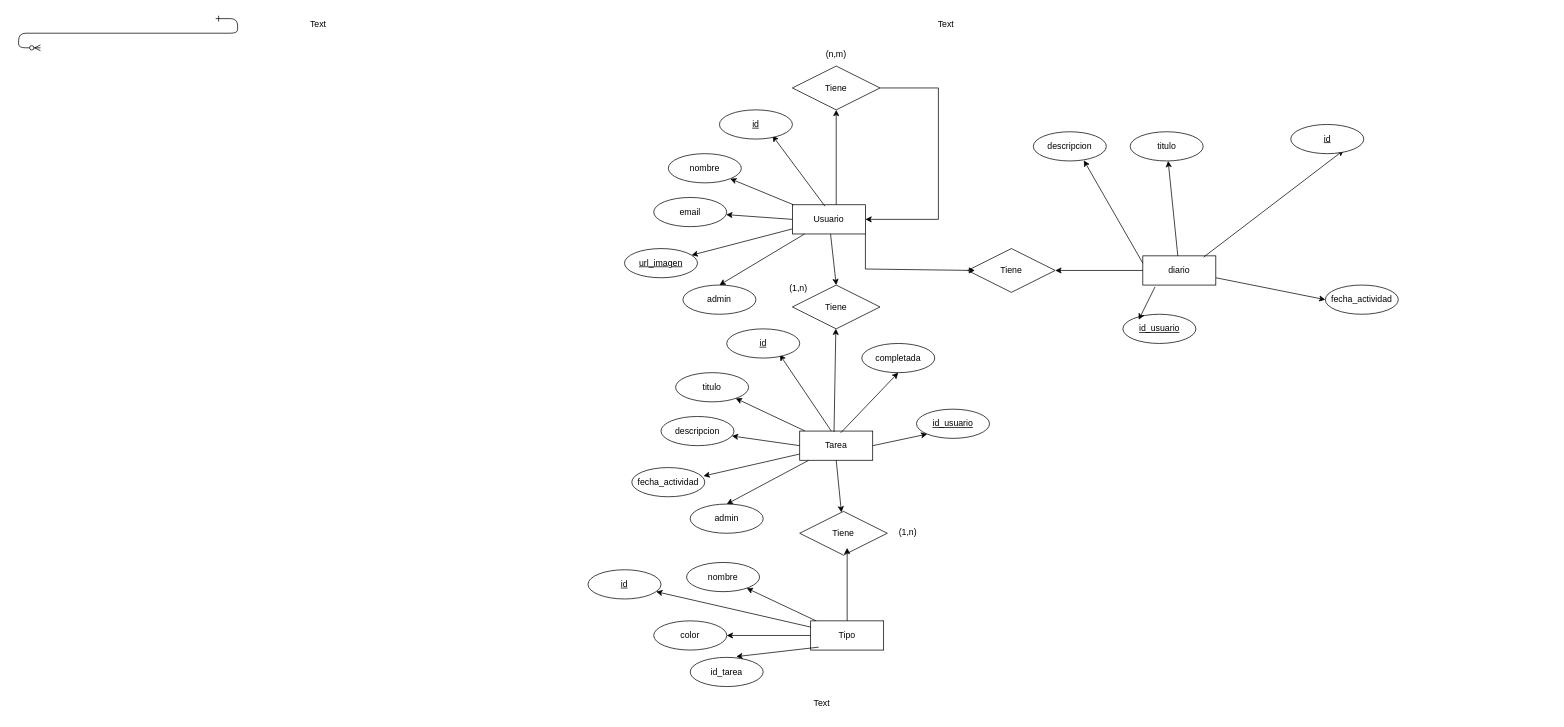
neiilmolina/Task-Craft-Proyecto-TFG-DAW keeps this draw.io diagram as Memoria/Base de Datos/Diagrama sin título.drawio. Above is the earlier version. Source tidied: cells renumbered, new cells numbered last; positions are measured from the earlier drawing's top-left corner, leaving out a move shared by most shapes. Both pictures are drawn from the tidied source at 73%, with x=0, y=0 at pixel (40, 13).
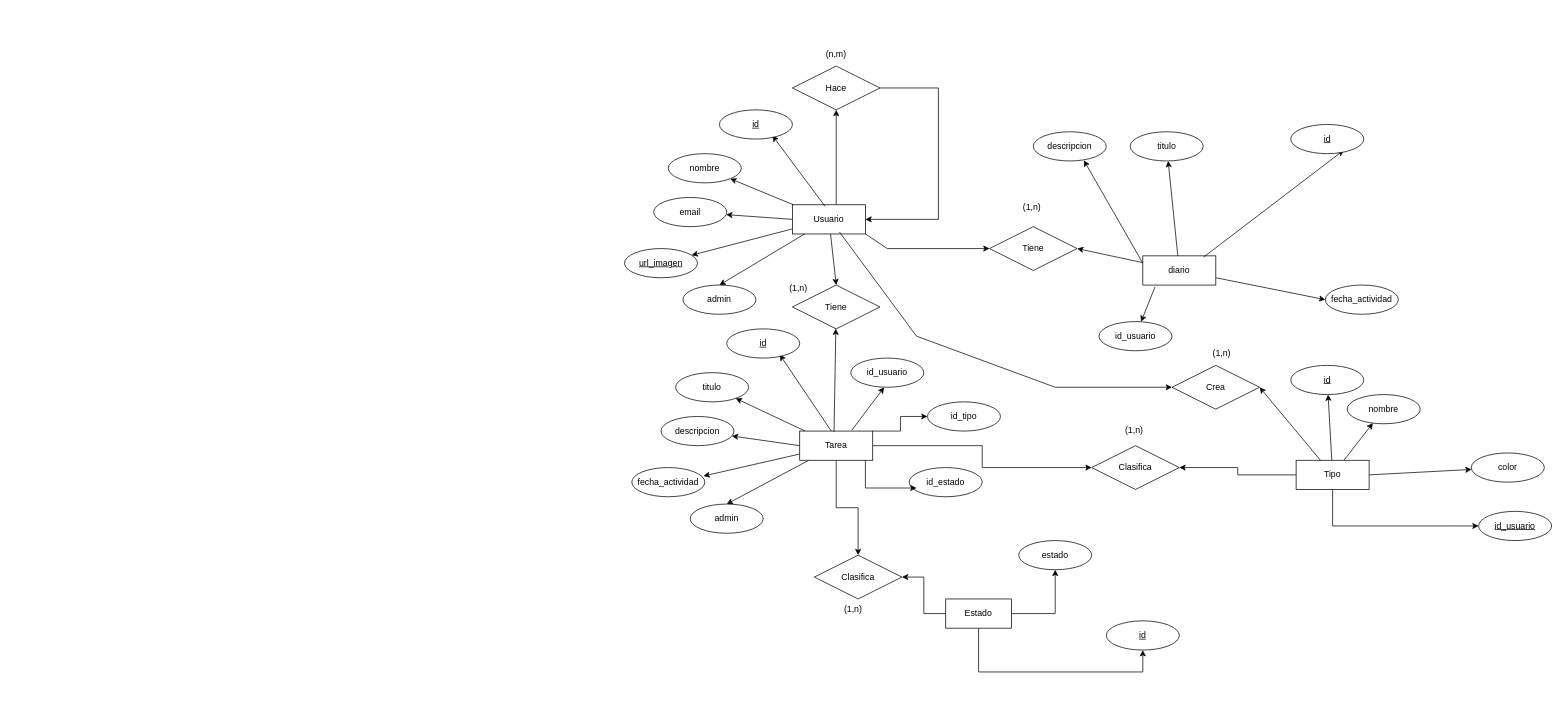
The same diagram, later.

Commit message:
Tabla Tipo y Estado añadidos.drawio

Unchanged cells that the change refers to:
```xml
<mxCell id="5" value="Usuario" style="whiteSpace=wrap;html=1;align=center;" parent="1" vertex="1">
  <mxGeometry x="1030" y="262" width="100" height="40" as="geometry" />
</mxCell>
<mxCell id="29" value="Tarea" style="whiteSpace=wrap;html=1;align=center;" parent="1" vertex="1">
  <mxGeometry x="1040" y="572" width="100" height="40" as="geometry" />
</mxCell>
<mxCell id="51" value="diario" style="whiteSpace=wrap;html=1;align=center;" parent="1" vertex="1">
  <mxGeometry x="1510" y="332" width="100" height="40" as="geometry" />
</mxCell>
```

Diff of the diagram source:
```diff
@@
-    <mxCell id="2" style="edgeStyle=entityRelationEdgeStyle;endArrow=ERzeroToMany;startArrow=ERone;endFill=1;startFill=0;" parent="1" edge="1">
-      <mxGeometry relative="1" as="geometry">
-        <mxPoint x="240" y="7" as="sourcePoint" />
-        <mxPoint y="47" as="targetPoint" />
-      </mxGeometry>
-    </mxCell>
-    <mxCell id="3" value="Text" style="text;html=1;align=center;verticalAlign=middle;strokeColor=none;fillColor=none;" parent="1" vertex="1">
-      <mxGeometry x="355" width="50" height="30" as="geometry" />
-    </mxCell>
-    <mxCell id="4" value="Text" style="text;html=1;align=center;verticalAlign=middle;strokeColor=none;fillColor=none;" parent="1" vertex="1">
-      <mxGeometry x="1215" width="50" height="30" as="geometry" />
-    </mxCell>
@@
-    <mxCell id="16" value="Tiene" style="shape=rhombus;perimeter=rhombusPerimeter;whiteSpace=wrap;html=1;align=center;" parent="1" vertex="1">
+    <mxCell id="16" value="Hace" style="shape=rhombus;perimeter=rhombusPerimeter;whiteSpace=wrap;html=1;align=center;" parent="1" vertex="1">
       <mxGeometry x="1030" y="72" width="120" height="60" as="geometry" />
     </mxCell>
@@
+    <mxCell id="67" style="edgeStyle=orthogonalEdgeStyle;rounded=0;jettySize=auto;html=1;exitX=1;exitY=0.5;exitDx=0;exitDy=0;" parent="1" edge="1" source="29" target="72">
+      <mxGeometry relative="1" as="geometry" />
+    </mxCell>
+    <mxCell id="68" style="edgeStyle=orthogonalEdgeStyle;rounded=0;jettySize=auto;html=1;" parent="1" edge="1" source="29" target="73">
+      <mxGeometry relative="1" as="geometry" />
+    </mxCell>
+    <mxCell id="69" style="edgeStyle=orthogonalEdgeStyle;rounded=0;jettySize=auto;html=1;" parent="1" edge="1" source="29" target="84">
+      <mxGeometry relative="1" as="geometry">
+        <Array as="points">
+          <mxPoint x="1178" y="572" />
+          <mxPoint x="1178" y="552" />
+        </Array>
+      </mxGeometry>
+    </mxCell>
@@
-    <mxCell id="31" value="completada" style="ellipse;whiteSpace=wrap;html=1;align=center;" parent="1" vertex="1">
-      <mxGeometry x="1125" y="452" width="100" height="40" as="geometry" />
+    <mxCell id="31" value="estado" style="ellipse;whiteSpace=wrap;html=1;align=center;" parent="1" vertex="1">
+      <mxGeometry x="1340" y="722" width="100" height="40" as="geometry" />
     </mxCell>
-    <mxCell id="32" style="endArrow=classic;html=1;rounded=0;entryX=0.5;entryY=1;entryDx=0;entryDy=0;exitX=0.562;exitY=0.06;exitDx=0;exitDy=0;exitPerimeter=0;" parent="1" edge="1" source="29" target="31">
-      <mxGeometry relative="1" as="geometry" />
-    </mxCell>
-    <mxCell id="33" value="Text" style="text;html=1;align=center;verticalAlign=middle;strokeColor=none;fillColor=none;" parent="1" vertex="1">
-      <mxGeometry x="1045" y="930" width="50" height="30" as="geometry" />
-    </mxCell>
@@
-    <mxCell id="37" value="Tiene" style="shape=rhombus;perimeter=rhombusPerimeter;whiteSpace=wrap;html=1;align=center;" parent="1" vertex="1">
-      <mxGeometry x="1040" y="682" width="120" height="60" as="geometry" />
+    <mxCell id="37" value="Crea" style="shape=rhombus;perimeter=rhombusPerimeter;whiteSpace=wrap;html=1;align=center;" parent="1" vertex="1">
+      <mxGeometry x="1550" y="482" width="120" height="60" as="geometry" />
     </mxCell>
@@
-    <mxCell id="39" style="endArrow=classic;html=1;rounded=0;exitX=0.5;exitY=1;exitDx=0;exitDy=0;" parent="1" edge="1" source="29" target="37">
-      <mxGeometry relative="1" as="geometry" />
+    <mxCell id="39" style="endArrow=classic;html=1;rounded=0;entryX=0;entryY=0.5;entryDx=0;entryDy=0;exitX=0.644;exitY=0.931;exitDx=0;exitDy=0;exitPerimeter=0;" parent="1" edge="1" source="5" target="37">
+      <mxGeometry relative="1" as="geometry">
+        <Array as="points">
+          <mxPoint x="1200" y="442" />
+          <mxPoint x="1390" y="512" />
+        </Array>
+      </mxGeometry>
     </mxCell>
+    <mxCell id="70" style="edgeStyle=orthogonalEdgeStyle;rounded=0;jettySize=auto;html=1;" parent="1" edge="1" source="40" target="72">
+      <mxGeometry relative="1" as="geometry" />
+    </mxCell>
+    <mxCell id="71" style="edgeStyle=orthogonalEdgeStyle;rounded=0;jettySize=auto;html=1;" parent="1" edge="1" source="40" target="80">
+      <mxGeometry relative="1" as="geometry">
+        <Array as="points">
+          <mxPoint x="1770" y="702" />
+          <mxPoint x="1930" y="702" />
+        </Array>
+      </mxGeometry>
+    </mxCell>
     <mxCell id="40" value="Tipo" style="whiteSpace=wrap;html=1;align=center;" parent="1" vertex="1">
-      <mxGeometry x="1055" y="832" width="100" height="40" as="geometry" />
+      <mxGeometry x="1720" y="612" width="100" height="40" as="geometry" />
     </mxCell>
-    <mxCell id="41" style="endArrow=classic;html=1;rounded=0;exitX=0;exitY=0.5;exitDx=0;exitDy=0;" parent="1" edge="1" source="40" target="42">
+    <mxCell id="41" style="endArrow=classic;html=1;rounded=0;exitX=1;exitY=0.5;exitDx=0;exitDy=0;" parent="1" edge="1" source="40" target="42">
       <mxGeometry relative="1" as="geometry" />
     </mxCell>
     <mxCell id="42" value="color" style="ellipse;whiteSpace=wrap;html=1;align=center;" parent="1" vertex="1">
-      <mxGeometry x="840" y="832" width="100" height="40" as="geometry" />
+      <mxGeometry x="1960" y="602" width="100" height="40" as="geometry" />
     </mxCell>
     <mxCell id="43" value="nombre" style="ellipse;whiteSpace=wrap;html=1;align=center;" parent="1" vertex="1">
-      <mxGeometry x="885" y="752" width="100" height="40" as="geometry" />
+      <mxGeometry x="1790" y="522" width="100" height="40" as="geometry" />
     </mxCell>
@@
     <mxCell id="45" value="id" style="ellipse;whiteSpace=wrap;html=1;align=center;fontStyle=4;" parent="1" vertex="1">
-      <mxGeometry x="750" y="762" width="100" height="40" as="geometry" />
+      <mxGeometry x="1712.7" y="482" width="100" height="40" as="geometry" />
     </mxCell>
@@
-    <mxCell id="47" value="id_tarea" style="ellipse;whiteSpace=wrap;html=1;align=center;" parent="1" vertex="1">
-      <mxGeometry x="890" y="882" width="100" height="40" as="geometry" />
-    </mxCell>
-    <mxCell id="48" style="endArrow=classic;html=1;rounded=0;exitX=0.11;exitY=0.9;exitDx=0;exitDy=0;entryX=0.63;entryY=-0.025;entryDx=0;entryDy=0;entryPerimeter=0;exitPerimeter=0;" parent="1" edge="1" source="40" target="47">
-      <mxGeometry relative="1" as="geometry" />
-    </mxCell>
-    <mxCell id="49" style="endArrow=classic;html=1;rounded=0;" parent="1" edge="1" source="40">
-      <mxGeometry relative="1" as="geometry">
-        <mxPoint x="1105" y="732" as="targetPoint" />
-      </mxGeometry>
+    <mxCell id="49" style="endArrow=classic;html=1;rounded=0;entryX=1;entryY=0.5;entryDx=0;entryDy=0;" parent="1" edge="1" source="40" target="37">
+      <mxGeometry relative="1" as="geometry" />
     </mxCell>
     <mxCell id="50" value="(1,n)" style="text;strokeColor=none;fillColor=none;spacingLeft=4;spacingRight=4;overflow=hidden;fontSize=12;whiteSpace=wrap;html=1;" parent="1" vertex="1">
-      <mxGeometry x="1170" y="697" width="40" height="30" as="geometry" />
+      <mxGeometry x="1600" y="452" width="40" height="30" as="geometry" />
     </mxCell>
@@
-    <mxCell id="60" value="id_usuario" style="ellipse;whiteSpace=wrap;html=1;align=center;fontStyle=4;" parent="1" vertex="1">
-      <mxGeometry x="1200" y="542" width="100" height="40" as="geometry" />
-    </mxCell>
-    <mxCell id="61" style="endArrow=classic;html=1;rounded=0;entryX=0;entryY=1;entryDx=0;entryDy=0;exitX=1;exitY=0.5;exitDx=0;exitDy=0;" parent="1" edge="1" source="29" target="60">
+    <mxCell id="61" style="endArrow=classic;html=1;rounded=0;entryX=0.456;entryY=1.003;entryDx=0;entryDy=0;exitX=0.713;exitY=-0.025;exitDx=0;exitDy=0;entryPerimeter=0;exitPerimeter=0;" parent="1" edge="1" source="29" target="81">
       <mxGeometry relative="1" as="geometry" />
     </mxCell>
-    <mxCell id="62" value="id_usuario" style="ellipse;whiteSpace=wrap;html=1;align=center;fontStyle=4;" parent="1" vertex="1">
-      <mxGeometry x="1482.7" y="412" width="100" height="40" as="geometry" />
-    </mxCell>
-    <mxCell id="63" style="endArrow=classic;html=1;rounded=0;entryX=0.217;entryY=0.188;entryDx=0;entryDy=0;entryPerimeter=0;exitX=0.167;exitY=1.063;exitDx=0;exitDy=0;exitPerimeter=0;" parent="1" edge="1" source="51" target="62">
+    <mxCell id="63" style="endArrow=classic;html=1;rounded=0;exitX=0.167;exitY=1.063;exitDx=0;exitDy=0;exitPerimeter=0;" parent="1" edge="1" source="51" target="85">
       <mxGeometry relative="1" as="geometry" />
     </mxCell>
     <mxCell id="64" value="Tiene" style="shape=rhombus;perimeter=rhombusPerimeter;whiteSpace=wrap;html=1;align=center;" parent="1" vertex="1">
-      <mxGeometry x="1270" y="322" width="120" height="60" as="geometry" />
+      <mxGeometry x="1300" y="292" width="120" height="60" as="geometry" />
     </mxCell>
-    <mxCell id="65" style="endArrow=classic;html=1;rounded=0;exitX=1;exitY=1;exitDx=0;exitDy=0;" parent="1" edge="1" source="5">
+    <mxCell id="65" style="endArrow=classic;html=1;rounded=0;exitX=1;exitY=1;exitDx=0;exitDy=0;" parent="1" edge="1" source="5" target="64">
       <mxGeometry relative="1" as="geometry">
-        <mxPoint x="1280" y="352" as="targetPoint" />
         <Array as="points">
-          <mxPoint x="1130" y="350" />
+          <mxPoint x="1160" y="322" />
         </Array>
       </mxGeometry>
     </mxCell>
@@
+    <mxCell id="72" value="Clasifica" style="shape=rhombus;perimeter=rhombusPerimeter;whiteSpace=wrap;html=1;align=center;" parent="1" vertex="1">
+      <mxGeometry x="1440" y="592" width="120" height="60" as="geometry" />
+    </mxCell>
+    <mxCell id="73" value="Clasifica" style="shape=rhombus;perimeter=rhombusPerimeter;whiteSpace=wrap;html=1;align=center;" parent="1" vertex="1">
+      <mxGeometry x="1060" y="742" width="120" height="60" as="geometry" />
+    </mxCell>
+    <mxCell id="74" style="edgeStyle=orthogonalEdgeStyle;rounded=0;jettySize=auto;html=1;" parent="1" edge="1" source="77" target="73">
+      <mxGeometry relative="1" as="geometry" />
+    </mxCell>
+    <mxCell id="75" style="edgeStyle=orthogonalEdgeStyle;rounded=0;jettySize=auto;html=1;" parent="1" edge="1" source="77" target="31">
+      <mxGeometry relative="1" as="geometry" />
+    </mxCell>
+    <mxCell id="76" style="edgeStyle=orthogonalEdgeStyle;rounded=0;jettySize=auto;html=1;entryX=0.5;entryY=1;entryDx=0;entryDy=0;" parent="1" edge="1" source="77" target="78">
+      <mxGeometry relative="1" as="geometry">
+        <Array as="points">
+          <mxPoint x="1285" y="902" />
+          <mxPoint x="1510" y="902" />
+        </Array>
+      </mxGeometry>
+    </mxCell>
+    <mxCell id="77" value="Estado" style="whiteSpace=wrap;html=1;align=center;" parent="1" vertex="1">
+      <mxGeometry x="1240" y="802" width="90" height="40" as="geometry" />
+    </mxCell>
+    <mxCell id="78" value="id" style="ellipse;whiteSpace=wrap;html=1;align=center;fontStyle=4;" parent="1" vertex="1">
+      <mxGeometry x="1460" y="832" width="100" height="40" as="geometry" />
+    </mxCell>
+    <mxCell id="79" value="(1,n)" style="text;strokeColor=none;fillColor=none;spacingLeft=4;spacingRight=4;overflow=hidden;fontSize=12;whiteSpace=wrap;html=1;" parent="1" vertex="1">
+      <mxGeometry x="1095" y="802" width="40" height="30" as="geometry" />
+    </mxCell>
+    <mxCell id="80" value="id_usuario" style="ellipse;whiteSpace=wrap;html=1;align=center;fontStyle=4;" parent="1" vertex="1">
+      <mxGeometry x="1970" y="682" width="100" height="40" as="geometry" />
+    </mxCell>
+    <mxCell id="81" value="id_usuario" style="ellipse;whiteSpace=wrap;html=1;align=center;" parent="1" vertex="1">
+      <mxGeometry x="1110" y="472" width="100" height="40" as="geometry" />
+    </mxCell>
+    <mxCell id="82" value="id_estado" style="ellipse;whiteSpace=wrap;html=1;align=center;" parent="1" vertex="1">
+      <mxGeometry x="1190" y="622" width="100" height="40" as="geometry" />
+    </mxCell>
+    <mxCell id="83" style="edgeStyle=orthogonalEdgeStyle;rounded=0;jettySize=auto;html=1;entryX=0.1;entryY=0.7;entryDx=0;entryDy=0;entryPerimeter=0;" parent="1" edge="1" source="29" target="82">
+      <mxGeometry relative="1" as="geometry">
+        <Array as="points">
+          <mxPoint x="1130" y="650" />
+        </Array>
+      </mxGeometry>
+    </mxCell>
+    <mxCell id="84" value="id_tipo" style="ellipse;whiteSpace=wrap;html=1;align=center;" parent="1" vertex="1">
+      <mxGeometry x="1215" y="532" width="100" height="40" as="geometry" />
+    </mxCell>
+    <mxCell id="85" value="id_usuario" style="ellipse;whiteSpace=wrap;html=1;align=center;" parent="1" vertex="1">
+      <mxGeometry x="1450" y="422" width="100" height="40" as="geometry" />
+    </mxCell>
+    <mxCell id="86" value="(1,n)" style="text;strokeColor=none;fillColor=none;spacingLeft=4;spacingRight=4;overflow=hidden;fontSize=12;whiteSpace=wrap;html=1;" parent="1" vertex="1">
+      <mxGeometry x="1340" y="252" width="40" height="30" as="geometry" />
+    </mxCell>
+    <mxCell id="87" value="(1,n)" style="text;strokeColor=none;fillColor=none;spacingLeft=4;spacingRight=4;overflow=hidden;fontSize=12;whiteSpace=wrap;html=1;" parent="1" vertex="1">
+      <mxGeometry x="1480" y="557" width="40" height="30" as="geometry" />
+    </mxCell>
```
